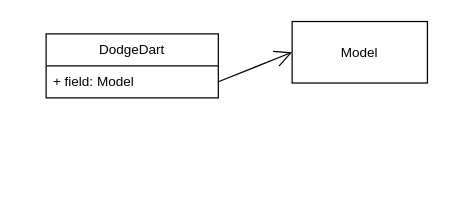
Above: page "DodgeDart" (5 of 35) of doc/Vehicle_UML.drawio in joshSawYou/CIS255_Vehicle (draw.io), before the change. Source tidied: cells renumbered, new cells numbered last; positions are measured from the earlier drawing's top-left corner, leaving out a move shared by most shapes. Both pictures are drawn from the tidied source at 123%, with x=0, y=0 at pixel (46, 21).
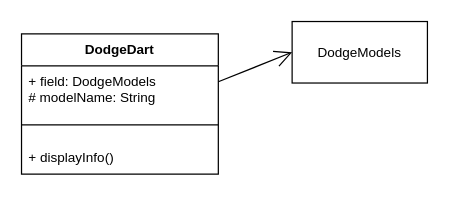
The same page after the edit.

What changed in the source:
```diff
@@
 <mxGraphModel>
   <root>
     <mxCell id="0" />
     <mxCell id="1" parent="0" />
-    <mxCell id="2" value="DodgeDart" style="swimlane;fontStyle=0;horizontal=1;startSize=26;fillColor=none;whiteSpace=wrap;html=1;fontFamily=Helvetica;fontSize=11;fontColor=default;" parent="1" vertex="1">
-      <mxGeometry y="10" width="140" height="52" as="geometry" />
-    </mxCell>
-    <mxCell id="3" value="+ field: Model" style="text;strokeColor=none;fillColor=none;align=left;verticalAlign=top;spacingLeft=4;spacingRight=4;overflow=hidden;points=[[0,0.5],[1,0.5]];portConstraint=eastwest;whiteSpace=wrap;html=1;fontSize=11;fontFamily=Helvetica;fontColor=default;" parent="2" vertex="1">
-      <mxGeometry y="26" width="140" height="26" as="geometry" />
-    </mxCell>
-    <mxCell id="4" value="Model" style="html=1;whiteSpace=wrap;fontFamily=Helvetica;fontSize=11;fontColor=default;" parent="1" vertex="1">
+    <mxCell id="4" value="DodgeModels" style="html=1;whiteSpace=wrap;fontFamily=Helvetica;fontSize=11;fontColor=default;" parent="1" vertex="1">
       <mxGeometry x="200" width="110" height="50" as="geometry" />
     </mxCell>
-    <mxCell id="5" style="edgeStyle=none;shape=connector;rounded=0;jettySize=auto;html=1;exitX=1;exitY=0.5;exitDx=0;exitDy=0;entryX=0;entryY=0.5;entryDx=0;entryDy=0;labelBackgroundColor=default;strokeColor=default;fontFamily=Helvetica;fontSize=11;fontColor=default;endArrow=open;endFill=1;endSize=12;" parent="1" edge="1" source="3" target="4">
-      <mxGeometry relative="1" as="geometry" />
+    <mxCell id="5" style="edgeStyle=none;shape=connector;rounded=0;jettySize=auto;html=1;exitX=1;exitY=0.5;exitDx=0;exitDy=0;entryX=0;entryY=0.5;entryDx=0;entryDy=0;labelBackgroundColor=default;strokeColor=default;fontFamily=Helvetica;fontSize=11;fontColor=default;endArrow=open;endFill=1;endSize=12;" parent="1" edge="1" target="4">
+      <mxGeometry relative="1" as="geometry">
+        <mxPoint x="140" y="49" as="sourcePoint" />
+      </mxGeometry>
     </mxCell>
+    <mxCell id="2" value="DodgeDart" style="swimlane;fontStyle=1;align=center;verticalAlign=top;horizontal=1;startSize=26;whiteSpace=wrap;html=1;fontFamily=Helvetica;fontSize=11;fontColor=default;" parent="1" vertex="1">
+      <mxGeometry x="-20" y="10" width="160" height="114" as="geometry" />
+    </mxCell>
+    <mxCell id="6" value="+ field: DodgeModels&lt;br&gt;# modelName: String" style="text;strokeColor=none;fillColor=none;align=left;verticalAlign=top;spacingLeft=4;spacingRight=4;overflow=hidden;whiteSpace=wrap;html=1;fontSize=11;fontFamily=Helvetica;fontColor=default;" parent="2" vertex="1">
+      <mxGeometry y="26" width="160" height="34" as="geometry" />
+    </mxCell>
+    <mxCell id="7" style="line;strokeWidth=1;fillColor=none;align=left;verticalAlign=middle;spacingTop=-1;spacingLeft=3;spacingRight=3;labelPosition=right;strokeColor=inherit;fontFamily=Helvetica;fontSize=11;fontColor=default;" parent="2" vertex="1">
+      <mxGeometry y="60" width="160" height="28" as="geometry" />
+    </mxCell>
+    <mxCell id="8" value="+ displayInfo()" style="text;strokeColor=none;fillColor=none;align=left;verticalAlign=top;spacingLeft=4;spacingRight=4;overflow=hidden;whiteSpace=wrap;html=1;fontSize=11;fontFamily=Helvetica;fontColor=default;" parent="2" vertex="1">
+      <mxGeometry y="88" width="160" height="26" as="geometry" />
+    </mxCell>
   </root>
 </mxGraphModel>
```
